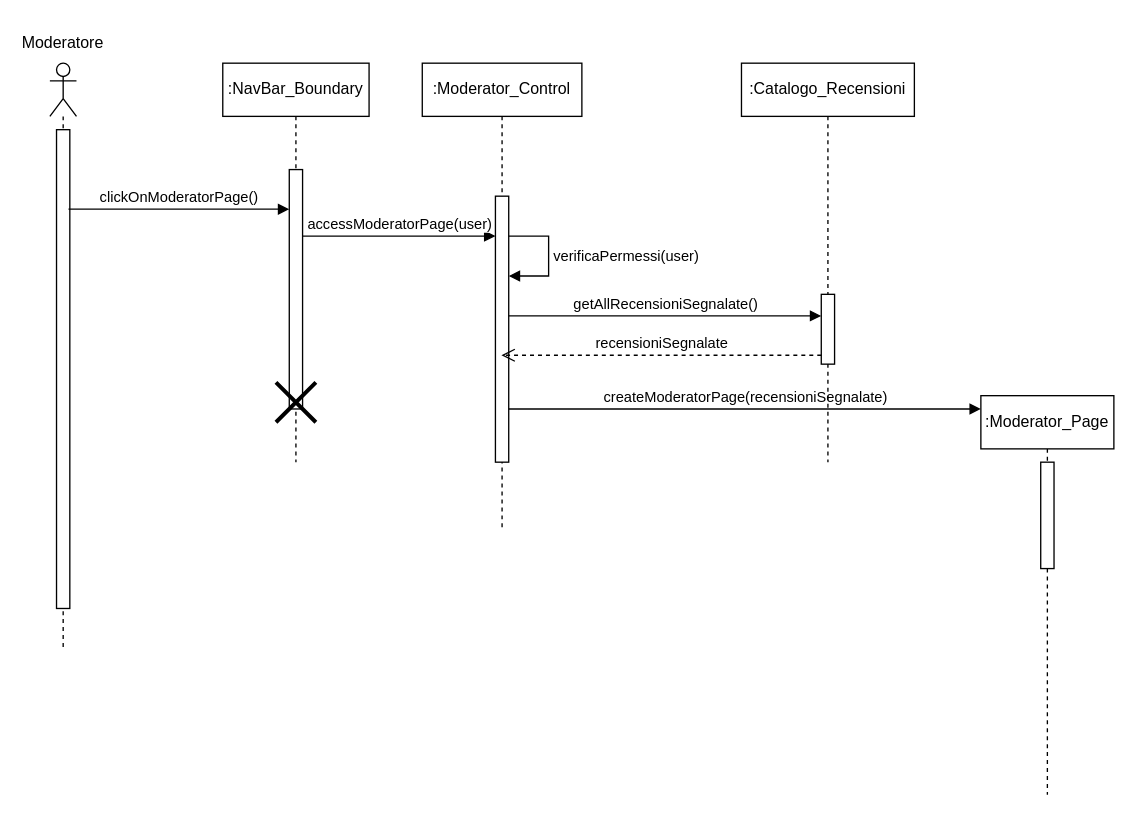
The draw.io diagram New Diagrams/Sequence Diagrams/UC17- Accesso all'area di moderazione.drawio in superfra01/Rated, before the edit. Source tidied: cells renumbered, new cells numbered last; positions are measured from the earlier drawing's top-left corner, leaving out a move shared by most shapes. Both pictures are drawn from the tidied source at 133%, with x=0, y=0 at pixel (23, 23).
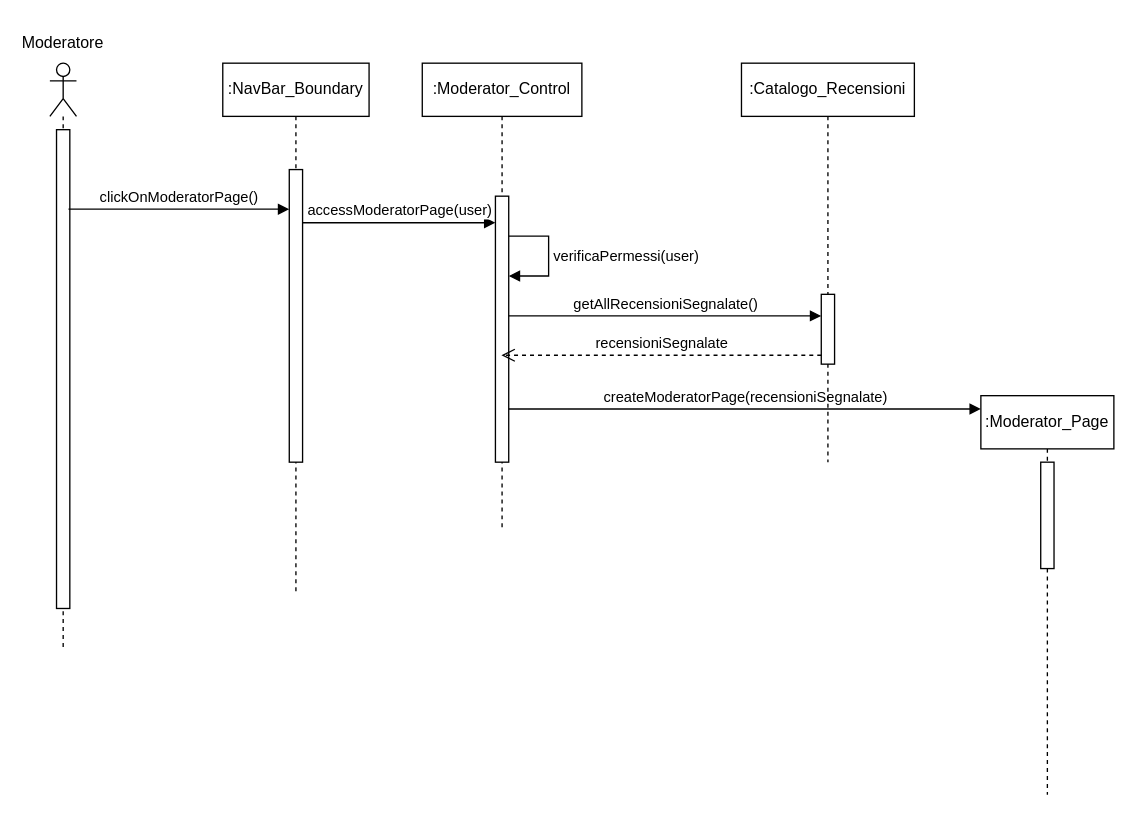
After the change.

Unchanged cells that the change refers to:
```xml
<mxCell id="11" style="html=1;points=[[0,0,0,0,5],[0,1,0,0,-5],[1,0,0,0,5],[1,1,0,0,-5]];perimeter=orthogonalPerimeter;outlineConnect=0;targetShapes=umlLifeline;portConstraint=eastwest;newEdgeStyle={&quot;curved&quot;:0,&quot;rounded&quot;:0};" parent="10" vertex="1">
  <mxGeometry x="55" y="100" width="10" height="200" as="geometry" />
</mxCell>
```

The edit, as a diff of the source:
```diff
@@
     <mxCell id="6" value=":NavBar_Boundary" style="shape=umlLifeline;perimeter=lifelinePerimeter;whiteSpace=wrap;html=1;newEdgeStyle={&quot;curved&quot;:0,&quot;rounded&quot;:0};" parent="1" vertex="1">
-      <mxGeometry x="150" y="30" width="110" height="300" as="geometry" />
+      <mxGeometry x="150" y="30" width="110" height="400" as="geometry" />
     </mxCell>
     <mxCell id="7" style="html=1;points=[[0,0,0,0,5],[0,1,0,0,-5],[1,0,0,0,5],[1,1,0,0,-5]];perimeter=orthogonalPerimeter;outlineConnect=0;targetShapes=umlLifeline;portConstraint=eastwest;newEdgeStyle={&quot;curved&quot;:0,&quot;rounded&quot;:0};" parent="6" vertex="1">
-      <mxGeometry x="50" y="80" width="10" height="180" as="geometry" />
+      <mxGeometry x="50" y="80" width="10" height="220" as="geometry" />
     </mxCell>
-    <mxCell id="8" style="shape=umlDestroy;whiteSpace=wrap;html=1;strokeWidth=3;targetShapes=umlLifeline;" parent="6" vertex="1">
-      <mxGeometry x="40" y="240" width="30" height="30" as="geometry" />
-    </mxCell>
-    <mxCell id="9" value="accessModeratorPage(user)" style="html=1;verticalAlign=bottom;endArrow=block;curved=0;rounded=0;" parent="1" edge="1" target="11">
+    <mxCell id="9" value="accessModeratorPage(user)" style="html=1;verticalAlign=bottom;endArrow=block;curved=0;rounded=0;" parent="1" edge="1">
       <mxGeometry relative="1" as="geometry">
-        <mxPoint x="210" y="160" as="sourcePoint" />
+        <mxPoint x="210" y="150" as="sourcePoint" />
+        <mxPoint x="355" y="150" as="targetPoint" />
       </mxGeometry>
     </mxCell>
```
